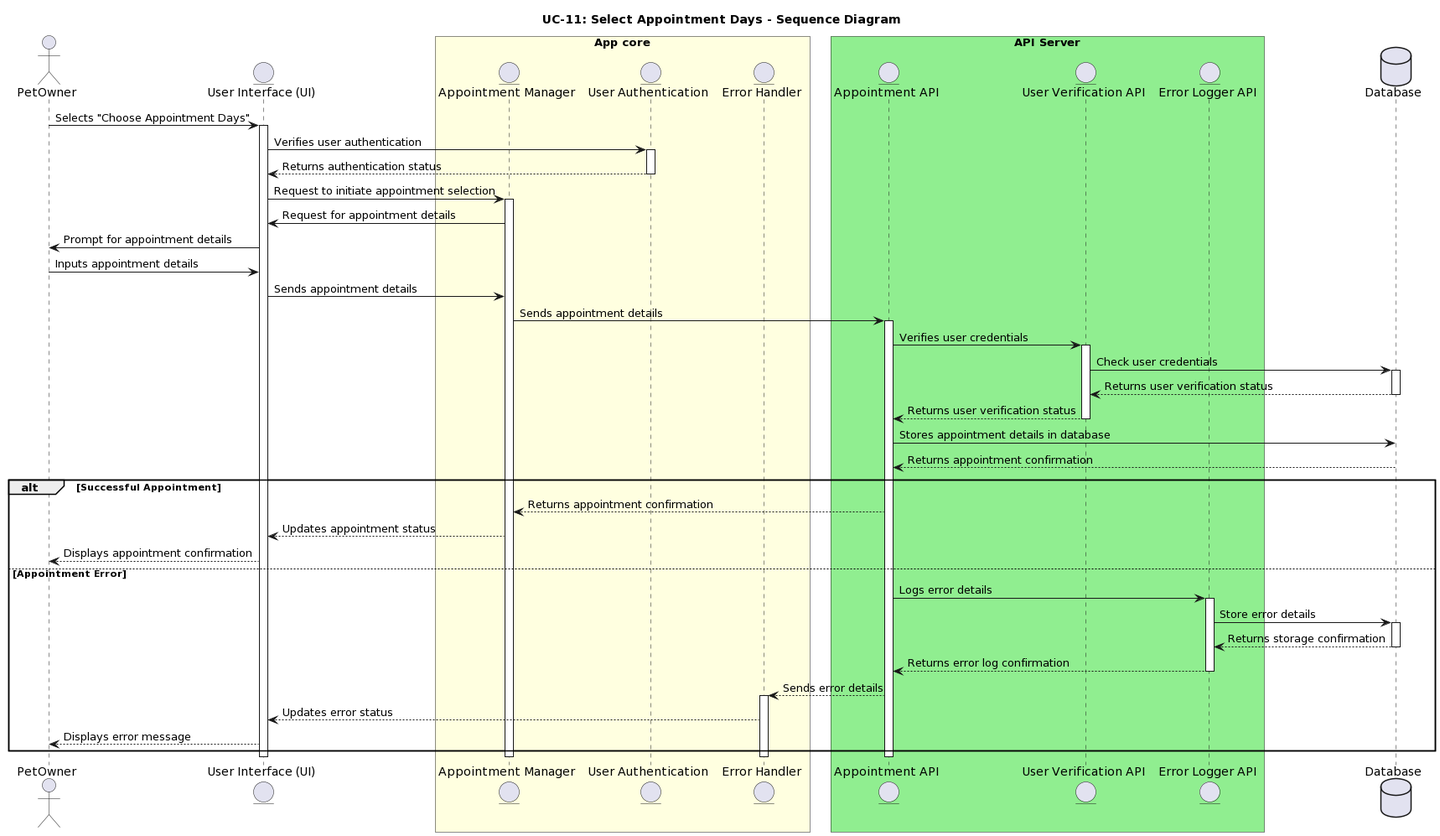
IrenePorta/PetSitters keeps this PlantUML diagram as Documents/PlantUML/UC-11_SEQUENCE_Diagram.png. Above is the earlier version.
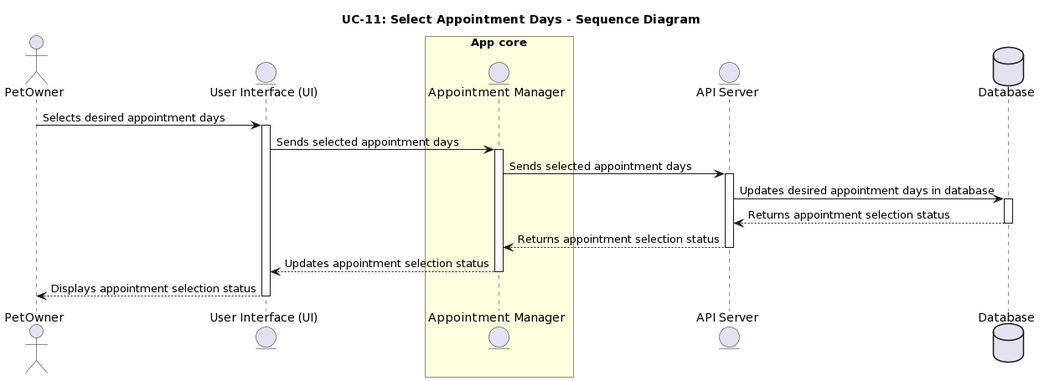
The same file after the commit.

The edit, as a diff of the source:
```diff
@@ -3,70 +3,28 @@
 actor PetOwner
 entity "User Interface (UI)" as UI
 box "App core" #LightYellow
-  entity "Appointment Manager" as AppointmentManager
-  entity "User Authentication" as UserAuth
-  entity "Error Handler" as ErrorHandler
+  entity "Appointment Manager" as AppCore
 end box
-box "API Server" #LightGreen
-  entity "Appointment API" as AppointmentAPI
-  entity "User Verification API" as UserVerifyAPI
-  entity "Error Logger API" as LoggerAPI
-end box
+entity "API Server" as API
 database "Database" as DB
+PetOwner -> UI : Selects desired appointment days
+activate UI
+UI -> AppCore : Sends selected appointment days
+activate AppCore
+AppCore -> API : Sends selected appointment days
+activate API
+API -> DB : Updates desired appointment days in database
+activate DB
 
-PetOwner -> UI : Selects "Choose Appointment Days"
-activate UI
-
-UI -> UserAuth : Verifies user authentication
-activate UserAuth
-UserAuth --> UI : Returns authentication status
-deactivate UserAuth
-
-UI -> AppointmentManager : Request to initiate appointment selection
-activate AppointmentManager
-
-AppointmentManager -> UI : Request for appointment details
-UI -> PetOwner : Prompt for appointment details
-PetOwner -> UI : Inputs appointment details
-
-UI -> AppointmentManager : Sends appointment details
-AppointmentManager -> AppointmentAPI : Sends appointment details
-activate AppointmentAPI
-
-AppointmentAPI -> UserVerifyAPI : Verifies user credentials
-activate UserVerifyAPI
-UserVerifyAPI -> DB : Check user credentials
-activate DB
-DB --> UserVerifyAPI : Returns user verification status
-deactivate DB
-UserVerifyAPI --> AppointmentAPI : Returns user verification status
-deactivate UserVerifyAPI
-
-AppointmentAPI -> DB : Stores appointment details in database
-DB --> AppointmentAPI : Returns appointment confirmation
+DB --> API : Returns appointment selection status
 deactivate DB
 
-alt Successful Appointment
-    AppointmentAPI --> AppointmentManager : Returns appointment confirmation
-    AppointmentManager --> UI : Updates appointment status
-    UI --> PetOwner : Displays appointment confirmation
-else Appointment Error
-    AppointmentAPI -> LoggerAPI : Logs error details
-    activate LoggerAPI
-    LoggerAPI -> DB : Store error details
-    activate DB
-    DB --> LoggerAPI : Returns storage confirmation
-    deactivate DB
-    LoggerAPI --> AppointmentAPI : Returns error log confirmation
-    deactivate LoggerAPI
-    AppointmentAPI --> ErrorHandler : Sends error details
-    activate ErrorHandler
-    ErrorHandler --> UI : Updates error status
-    UI --> PetOwner : Displays error message
-end
+API --> AppCore : Returns appointment selection status
+deactivate API
 
-deactivate AppointmentAPI
-deactivate ErrorHandler
-deactivate AppointmentManager
+AppCore --> UI : Updates appointment selection status
+deactivate AppCore
+
+UI --> PetOwner : Displays appointment selection status
 deactivate UI
 @enduml
```
